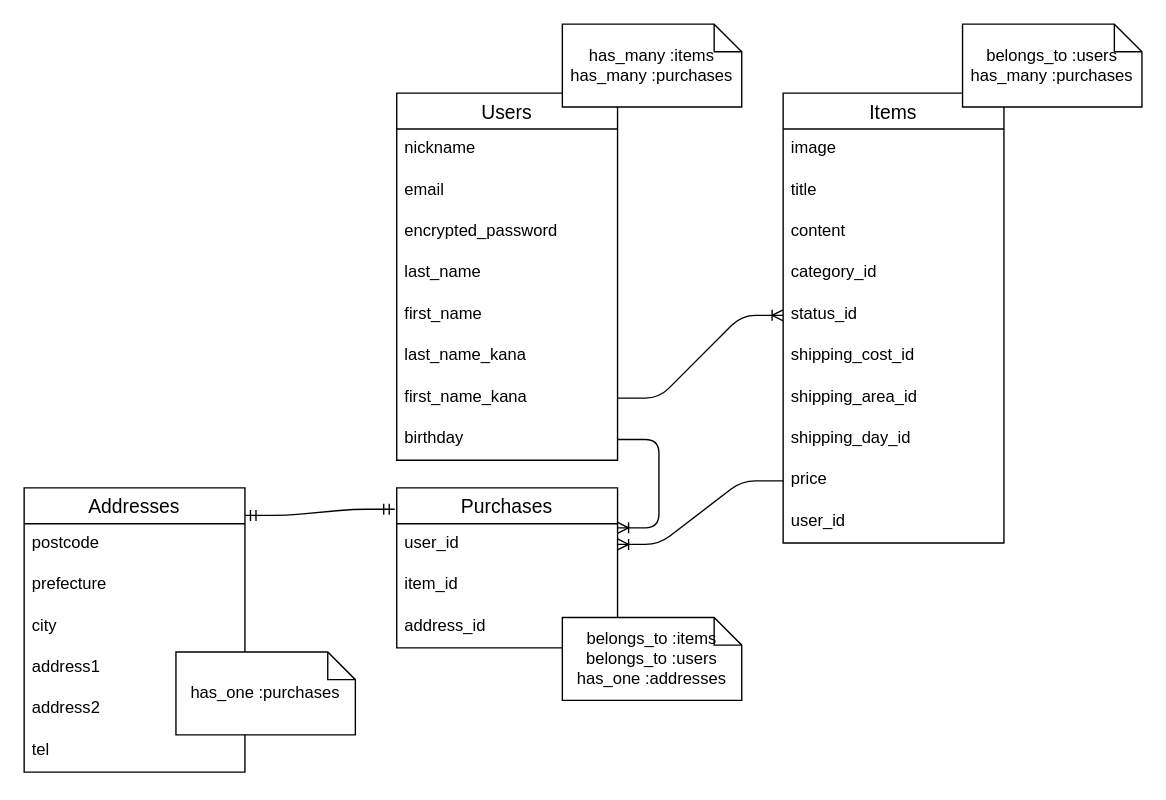
Before: er.dio in Allisonna/furima-40530, a draw.io diagram. Source tidied: cells renumbered, new cells numbered last; positions are measured from the earlier drawing's top-left corner, leaving out a move shared by most shapes. Both pictures are drawn from the tidied source at 138%, with x=0, y=0 at pixel (23, 23).
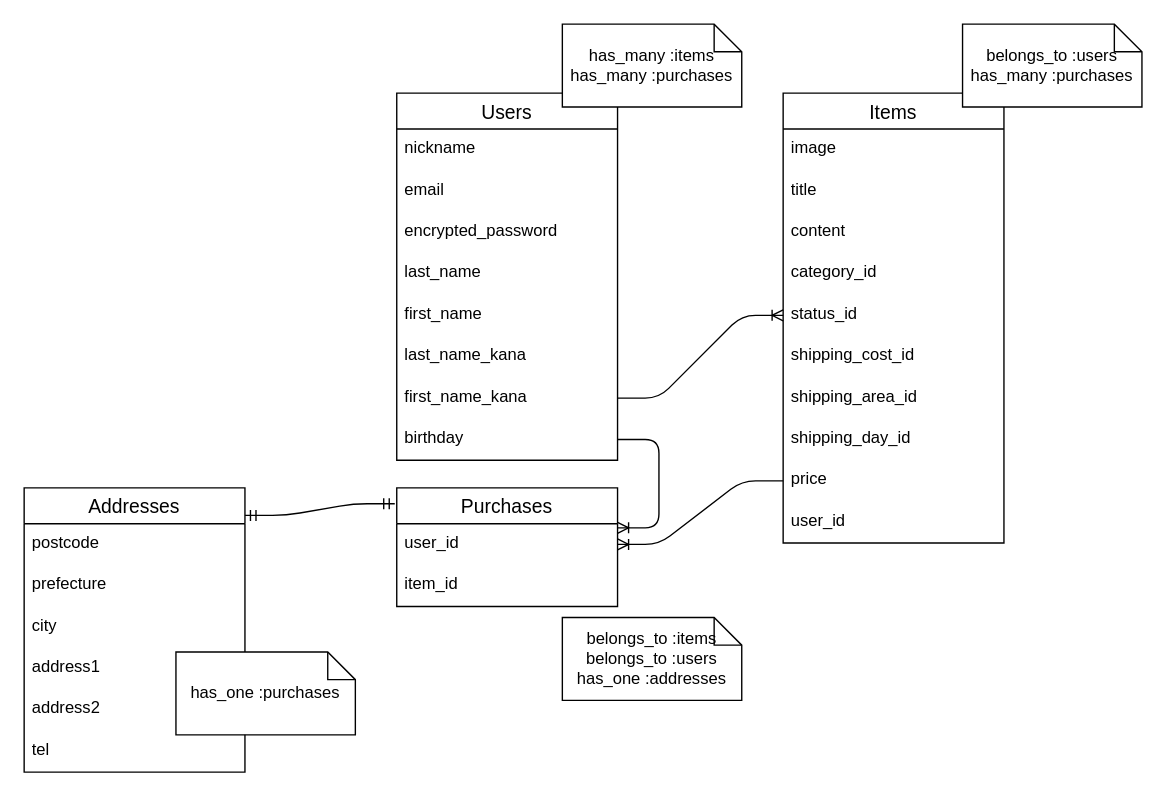
After the change.

Commit message (it also covers changes not shown here):
ER図とREADMEの修正３

What changed in the source:
```diff
@@
     <mxCell id="22" value="Purchases" style="swimlane;fontStyle=0;horizontal=1;startSize=26;align=center;fontSize=14;" parent="1" vertex="1">
-      <mxGeometry x="270" y="336" width="160" height="116" as="geometry" />
+      <mxGeometry x="270" y="336" width="160" height="86" as="geometry" />
     </mxCell>
@@
-    <mxCell id="25" value="address_id" style="text;strokeColor=none;fillColor=none;spacingLeft=4;spacingRight=4;overflow=hidden;fontSize=12;" parent="22" vertex="1">
-      <mxGeometry y="86" width="160" height="30" as="geometry" />
-    </mxCell>
```
